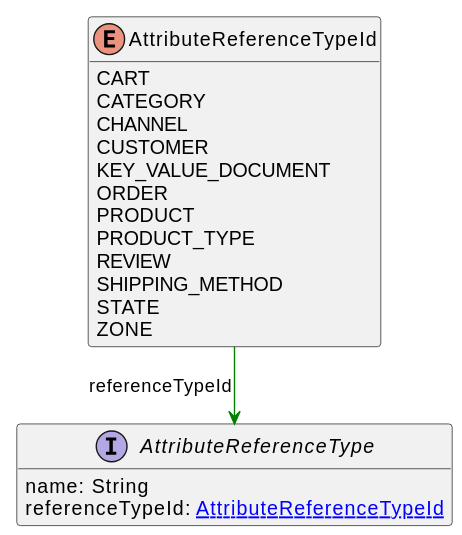
Above: uml/api/svg/AttributeReferenceTypeId.svg in commercetools/commercetools-api-reference (PlantUML), before the change.
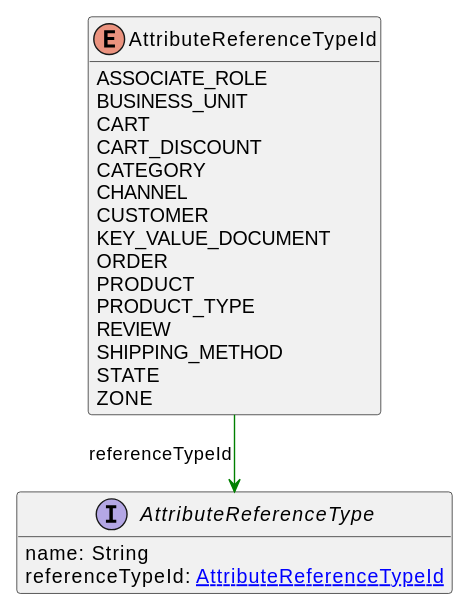
After the change.

Diff of the diagram source:
```diff
@@ -2,7 +2,10 @@
 !pragma layout elk
 hide methods
 enum AttributeReferenceTypeId {
+    ASSOCIATE_ROLE
+    BUSINESS_UNIT
     CART
+    CART_DISCOUNT
     CATEGORY
     CHANNEL
     CUSTOMER
```
